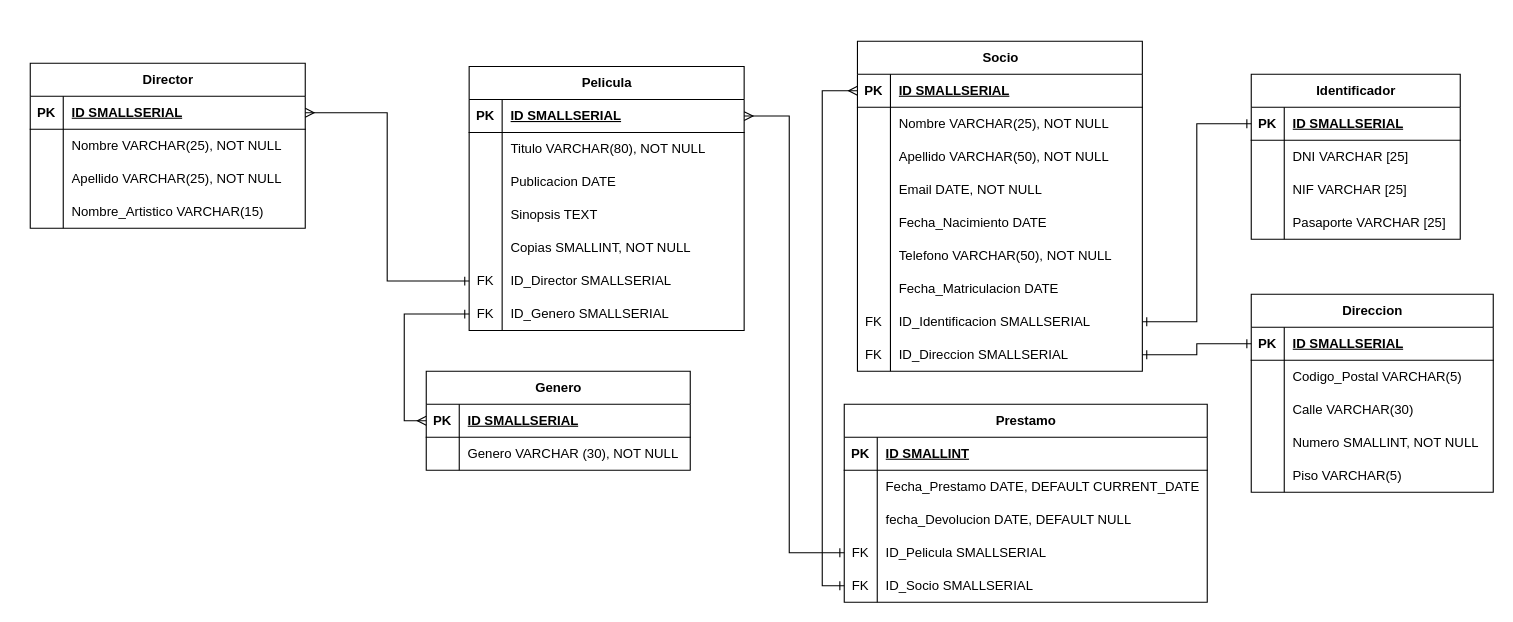
This is Diagrama-Practica-Modulo-SQL.drawio from Gaston-Herrlein/Practica-Modulo-SQL, a draw.io file, before an edit. Source tidied: cells renumbered, new cells numbered last; positions are measured from the earlier drawing's top-left corner, leaving out a move shared by most shapes. Both pictures are drawn from the tidied source at 110%, with x=0, y=0 at pixel (30, 41).
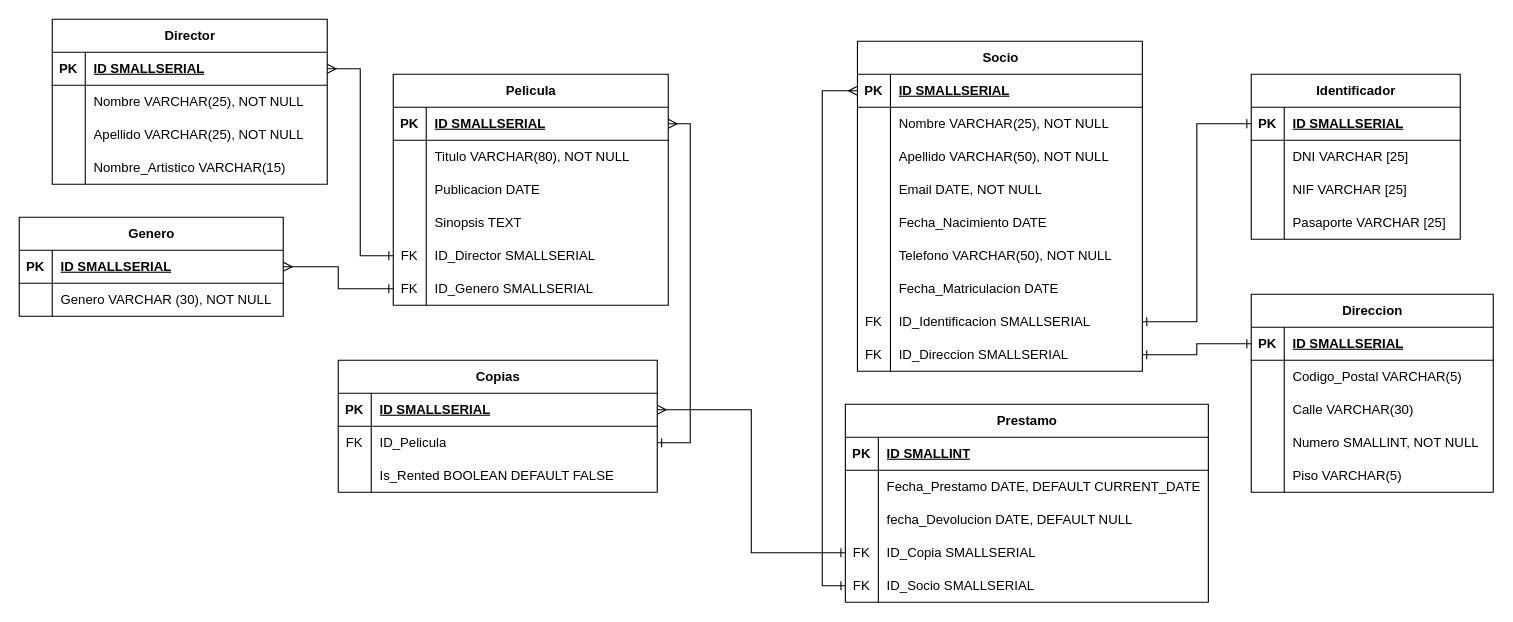
The same diagram, later.

Commit message:
feature: Se ca,bia el esquema de la BBDD :triangular_flag_on_post:

Unchanged cells that the change refers to:
```xml
<mxCell id="44" style="shape=tableRow;horizontal=0;startSize=0;swimlaneHead=0;swimlaneBody=0;fillColor=none;points=[[0,0.5],[1,0.5]];portConstraint=eastwest;top=0;left=0;right=0;bottom=1;" parent="43" vertex="1">
  <mxGeometry y="30" width="240" height="30" as="geometry" />
</mxCell>
<mxCell id="60" style="shape=tableRow;horizontal=0;startSize=0;swimlaneHead=0;swimlaneBody=0;fillColor=none;points=[[0,0.5],[1,0.5]];portConstraint=eastwest;top=0;left=0;right=0;bottom=0;" parent="50" vertex="1">
  <mxGeometry y="120" width="330" height="30" as="geometry" />
</mxCell>
<mxCell id="83" style="shape=tableRow;horizontal=0;startSize=0;swimlaneHead=0;swimlaneBody=0;fillColor=none;points=[[0,0.5],[1,0.5]];portConstraint=eastwest;top=0;left=0;right=0;bottom=1;" parent="82" vertex="1">
  <mxGeometry y="30" width="250" height="30" as="geometry" />
</mxCell>
```

Change to the diagram source:
```diff
@@
     <mxCell id="43" value="Genero" style="shape=table;startSize=30;childLayout=tableLayout;rowLines=0;fontStyle=1;align=center;html=1;" parent="1" vertex="1">
-      <mxGeometry x="360" y="300" width="240" height="90" as="geometry" />
+      <mxGeometry x="-10" y="160" width="240" height="90" as="geometry" />
     </mxCell>
@@
     <mxCell id="50" value="Prestamo" style="shape=table;startSize=30;childLayout=tableLayout;rowLines=0;fontStyle=1;align=center;html=1;" parent="1" vertex="1">
-      <mxGeometry x="740" y="330" width="330" height="180" as="geometry" />
+      <mxGeometry x="741" y="330" width="330" height="180" as="geometry" />
     </mxCell>
@@
-    <mxCell id="62" value="ID_Pelicula SMALLSERIAL" style="shape=partialRectangle;fillColor=none;top=0;left=0;bottom=0;right=0;align=left;spacingLeft=6;overflow=hidden;whiteSpace=wrap;html=1;" parent="60" vertex="1">
+    <mxCell id="62" value="ID_Copia SMALLSERIAL" style="shape=partialRectangle;fillColor=none;top=0;left=0;bottom=0;right=0;align=left;spacingLeft=6;overflow=hidden;whiteSpace=wrap;html=1;" parent="60" vertex="1">
       <mxGeometry x="30" width="300" height="30" as="geometry" />
     </mxCell>
@@
     <mxCell id="82" value="Pelicula" style="shape=table;startSize=30;childLayout=tableLayout;rowLines=0;fontStyle=1;align=center;html=1;" parent="1" vertex="1">
-      <mxGeometry x="399" y="23" width="250" height="240" as="geometry" />
+      <mxGeometry x="330" y="30" width="250" height="210" as="geometry" />
     </mxCell>
@@
-    <mxCell id="95" style="shape=tableRow;horizontal=0;startSize=0;swimlaneHead=0;swimlaneBody=0;fillColor=none;top=0;left=0;right=0;bottom=0;" parent="82" vertex="1">
-      <mxGeometry y="150" width="250" height="30" as="geometry" />
-    </mxCell>
-    <mxCell id="96" style="shape=partialRectangle;fillColor=none;top=0;left=0;bottom=0;right=0;overflow=hidden;whiteSpace=wrap;html=1;" parent="95" vertex="1">
-      <mxGeometry width="30" height="30" as="geometry" />
-    </mxCell>
-    <mxCell id="97" value="Copias SMALLINT, NOT NULL" style="shape=partialRectangle;fillColor=none;top=0;left=0;bottom=0;right=0;align=left;spacingLeft=6;overflow=hidden;whiteSpace=wrap;html=1;" parent="95" vertex="1">
-      <mxGeometry x="30" width="220" height="30" as="geometry" />
-    </mxCell>
     <mxCell id="98" style="shape=tableRow;horizontal=0;startSize=0;swimlaneHead=0;swimlaneBody=0;fillColor=none;points=[[0,0.5],[1,0.5]];portConstraint=eastwest;top=0;left=0;right=0;bottom=0;" parent="82" vertex="1">
-      <mxGeometry y="180" width="250" height="30" as="geometry" />
+      <mxGeometry y="150" width="250" height="30" as="geometry" />
     </mxCell>
@@
     <mxCell id="101" style="shape=tableRow;horizontal=0;startSize=0;swimlaneHead=0;swimlaneBody=0;fillColor=none;points=[[0,0.5],[1,0.5]];portConstraint=eastwest;top=0;left=0;right=0;bottom=0;" parent="82" vertex="1">
-      <mxGeometry y="210" width="250" height="30" as="geometry" />
+      <mxGeometry y="180" width="250" height="30" as="geometry" />
     </mxCell>
@@
-    <mxCell id="107" style="edgeStyle=orthogonalEdgeStyle;rounded=0;jettySize=auto;html=1;exitX=1;exitY=0.5;exitDx=0;exitDy=0;startArrow=ERmany;startFill=0;endArrow=ERone;endFill=0;entryX=0;entryY=0.5;entryDx=0;entryDy=0;" parent="1" edge="1" source="83" target="60">
-      <mxGeometry relative="1" as="geometry">
-        <Array as="points">
-          <mxPoint x="690" y="68" />
-          <mxPoint x="690" y="465" />
-        </Array>
-      </mxGeometry>
-    </mxCell>
-    <mxCell id="108" style="edgeStyle=orthogonalEdgeStyle;rounded=0;jettySize=auto;html=1;exitX=0;exitY=0.5;exitDx=0;exitDy=0;entryX=0;entryY=0.5;entryDx=0;entryDy=0;startArrow=ERmany;startFill=0;endArrow=ERone;endFill=0;" parent="1" edge="1" source="44" target="101">
+    <mxCell id="108" style="edgeStyle=orthogonalEdgeStyle;rounded=0;jettySize=auto;html=1;entryX=0;entryY=0.5;entryDx=0;entryDy=0;startArrow=ERmany;startFill=0;endArrow=ERone;endFill=0;exitX=1;exitY=0.5;exitDx=0;exitDy=0;" parent="1" edge="1" source="44" target="101">
       <mxGeometry relative="1" as="geometry" />
     </mxCell>
     <mxCell id="109" value="Director" style="shape=table;startSize=30;childLayout=tableLayout;rowLines=0;fontStyle=1;align=center;html=1;" parent="1" vertex="1">
-      <mxGeometry y="20" width="250" height="150" as="geometry" />
+      <mxGeometry x="20" y="-20" width="250" height="150" as="geometry" />
     </mxCell>
@@
+    <mxCell id="123" value="Copias" style="shape=table;startSize=30;childLayout=tableLayout;rowLines=0;fontStyle=1;align=center;html=1;" parent="1" vertex="1">
+      <mxGeometry x="280" y="290" width="290" height="120" as="geometry" />
+    </mxCell>
+    <mxCell id="124" style="shape=tableRow;horizontal=0;startSize=0;swimlaneHead=0;swimlaneBody=0;fillColor=none;points=[[0,0.5],[1,0.5]];portConstraint=eastwest;top=0;left=0;right=0;bottom=1;" parent="123" vertex="1">
+      <mxGeometry y="30" width="290" height="30" as="geometry" />
+    </mxCell>
+    <mxCell id="125" value="PK" style="shape=partialRectangle;fillColor=none;top=0;left=0;bottom=0;right=0;fontStyle=1;overflow=hidden;whiteSpace=wrap;html=1;" parent="124" vertex="1">
+      <mxGeometry width="30" height="30" as="geometry" />
+    </mxCell>
+    <mxCell id="126" value="ID SMALLSERIAL" style="shape=partialRectangle;fillColor=none;top=0;left=0;bottom=0;right=0;align=left;spacingLeft=6;fontStyle=5;overflow=hidden;whiteSpace=wrap;html=1;" parent="124" vertex="1">
+      <mxGeometry x="30" width="260" height="30" as="geometry" />
+    </mxCell>
+    <mxCell id="127" style="shape=tableRow;horizontal=0;startSize=0;swimlaneHead=0;swimlaneBody=0;fillColor=none;points=[[0,0.5],[1,0.5]];portConstraint=eastwest;top=0;left=0;right=0;bottom=0;" parent="123" vertex="1">
+      <mxGeometry y="60" width="290" height="30" as="geometry" />
+    </mxCell>
+    <mxCell id="128" value="FK" style="shape=partialRectangle;fillColor=none;top=0;left=0;bottom=0;right=0;overflow=hidden;whiteSpace=wrap;html=1;" parent="127" vertex="1">
+      <mxGeometry width="30" height="30" as="geometry" />
+    </mxCell>
+    <mxCell id="129" value="ID_Pelicula" style="shape=partialRectangle;fillColor=none;top=0;left=0;bottom=0;right=0;align=left;spacingLeft=6;overflow=hidden;whiteSpace=wrap;html=1;" parent="127" vertex="1">
+      <mxGeometry x="30" width="260" height="30" as="geometry" />
+    </mxCell>
+    <mxCell id="130" style="shape=tableRow;horizontal=0;startSize=0;swimlaneHead=0;swimlaneBody=0;fillColor=none;top=0;left=0;right=0;bottom=0;" parent="123" vertex="1">
+      <mxGeometry y="90" width="290" height="30" as="geometry" />
+    </mxCell>
+    <mxCell id="96" style="shape=partialRectangle;fillColor=none;top=0;left=0;bottom=0;right=0;overflow=hidden;whiteSpace=wrap;html=1;" parent="130" vertex="1">
+      <mxGeometry width="30" height="30" as="geometry" />
+    </mxCell>
+    <mxCell id="131" value="Is_Rented BOOLEAN DEFAULT FALSE" style="shape=partialRectangle;fillColor=none;top=0;left=0;bottom=0;right=0;align=left;spacingLeft=6;overflow=hidden;whiteSpace=wrap;html=1;" parent="130" vertex="1">
+      <mxGeometry x="30" width="260" height="30" as="geometry" />
+    </mxCell>
+    <mxCell id="132" style="edgeStyle=orthogonalEdgeStyle;rounded=0;jettySize=auto;html=1;exitX=1;exitY=0.5;exitDx=0;exitDy=0;entryX=0;entryY=0.5;entryDx=0;entryDy=0;startArrow=ERmany;startFill=0;endArrow=ERone;endFill=0;" parent="1" edge="1" source="124" target="60">
+      <mxGeometry relative="1" as="geometry" />
+    </mxCell>
+    <mxCell id="133" style="edgeStyle=orthogonalEdgeStyle;rounded=0;jettySize=auto;html=1;exitX=1;exitY=0.5;exitDx=0;exitDy=0;entryX=1;entryY=0.5;entryDx=0;entryDy=0;startArrow=ERmany;startFill=0;endArrow=ERone;endFill=0;" parent="1" edge="1" source="83" target="127">
+      <mxGeometry relative="1" as="geometry" />
+    </mxCell>
```
